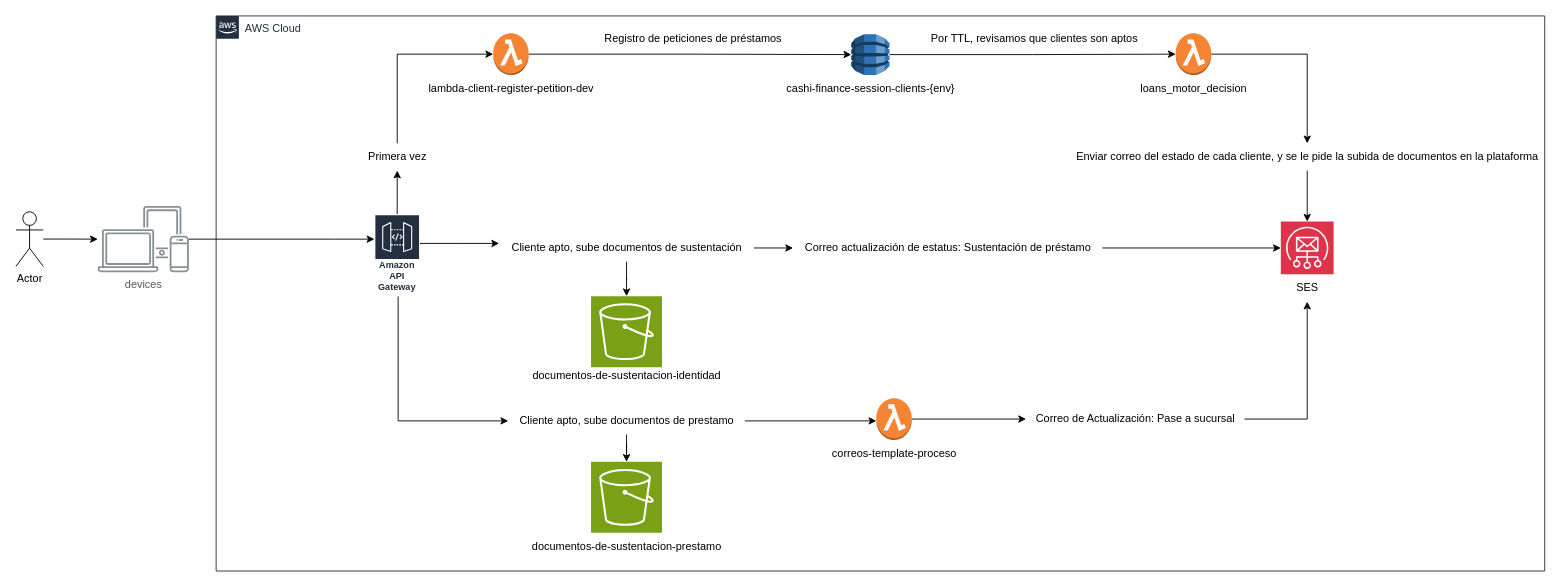
This is page "Diagrama de arquitectura" (2 of 2) of diagrams/flujodeapp.drawio from JMJHOX/CashiApp-Infra, a draw.io file, before an edit. Source tidied: cells renumbered, new cells numbered last; positions are measured from the earlier drawing's top-left corner, leaving out a move shared by most shapes. Both pictures are drawn from the tidied source at 91%, with x=0, y=0 at pixel (15, 15).
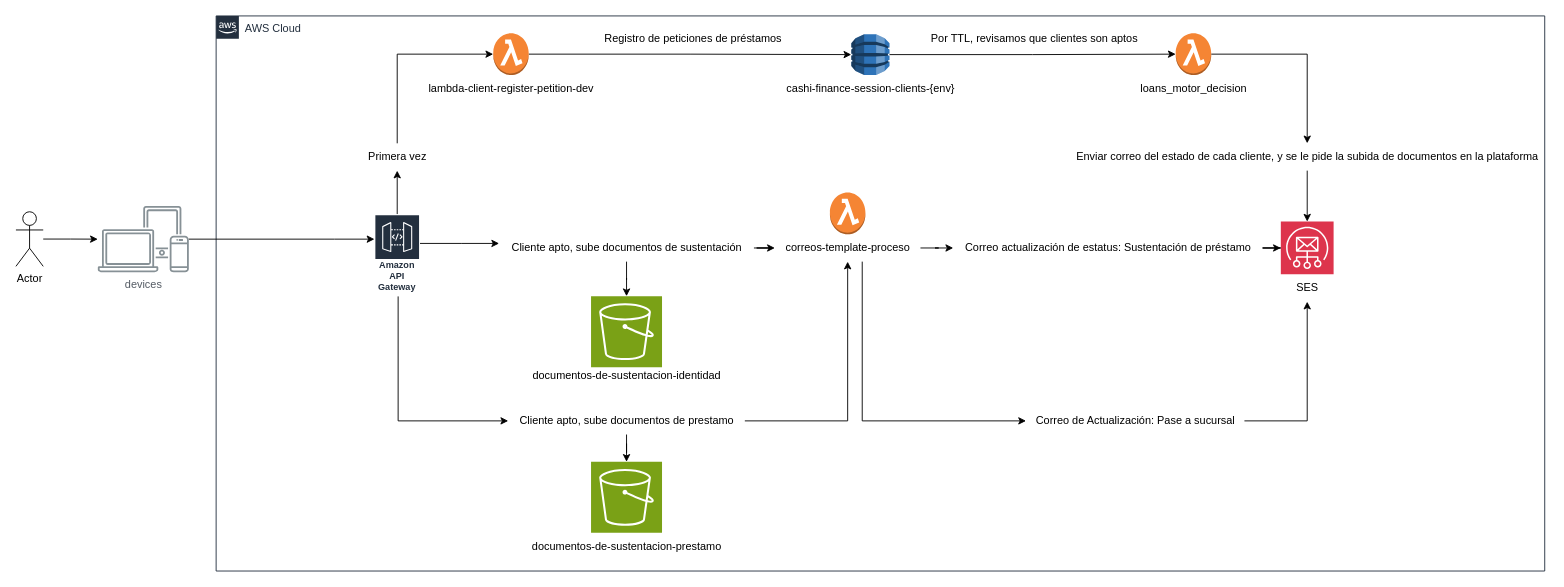
The same page after the edit.

The change refers to these unchanged cells:
```xml
<mxCell id="4" value="AWS Cloud" style="gradientColor=none;html=1;whiteSpace=wrap;fontSize=12;fontStyle=0;shape=mxgraph.aws4.group;grIcon=mxgraph.aws4.group_aws_cloud_alt;strokeColor=#232F3E;fillColor=none;verticalAlign=top;align=left;spacingLeft=30;fontColor=#232F3E;dashed=0;" parent="1" vertex="1">
  <mxGeometry x="220" width="1460" height="610" as="geometry" />
</mxCell>
<mxCell id="27" value="Cliente apto, sube documentos de sustentación" style="text;html=1;align=center;verticalAlign=middle;points=[];strokeColor=none;fillColor=none;" parent="4" vertex="1">
  <mxGeometry x="311" y="240" width="280" height="30" as="geometry" />
</mxCell>
<mxCell id="34" value="Cliente apto, sube documentos de prestamo" style="text;html=1;align=center;verticalAlign=middle;points=[];strokeColor=none;fillColor=none;" parent="4" vertex="1">
  <mxGeometry x="321" y="430" width="260" height="30" as="geometry" />
</mxCell>
```

Change to the diagram source:
```diff
@@
-    <mxCell id="26" style="edgeStyle=orthogonalEdgeStyle;rounded=0;jettySize=auto;html=1;" parent="4" edge="1" source="27" target="31">
-      <mxGeometry relative="1" as="geometry" />
-    </mxCell>
+    <mxCell id="45" style="edgeStyle=orthogonalEdgeStyle;rounded=0;jettySize=auto;html=1;" parent="4" edge="1" source="27" target="40">
+      <mxGeometry relative="1" as="geometry" />
+    </mxCell>
@@
     <mxCell id="31" value="Correo actualización de estatus: Sustentación de préstamo" style="text;html=1;align=center;verticalAlign=middle;points=[];strokeColor=none;fillColor=none;" parent="4" vertex="1">
-      <mxGeometry x="634" y="240" width="340" height="30" as="geometry" />
+      <mxGeometry x="810" y="240" width="340" height="30" as="geometry" />
     </mxCell>
@@
-    <mxCell id="33" style="edgeStyle=orthogonalEdgeStyle;rounded=0;jettySize=auto;html=1;" parent="4" edge="1" source="34" target="39">
-      <mxGeometry relative="1" as="geometry">
-        <Array as="points">
-          <mxPoint x="764" y="445" />
-          <mxPoint x="764" y="445" />
-        </Array>
-      </mxGeometry>
-    </mxCell>
+    <mxCell id="46" style="edgeStyle=orthogonalEdgeStyle;rounded=0;jettySize=auto;html=1;" parent="4" edge="1" source="34" target="40">
+      <mxGeometry relative="1" as="geometry" />
+    </mxCell>
@@
-    <mxCell id="38" style="edgeStyle=orthogonalEdgeStyle;rounded=0;jettySize=auto;html=1;" parent="4" edge="1" source="39" target="42">
-      <mxGeometry relative="1" as="geometry" />
-    </mxCell>
     <mxCell id="39" style="outlineConnect=0;dashed=0;verticalLabelPosition=bottom;verticalAlign=top;align=center;html=1;shape=mxgraph.aws3.lambda_function;fillColor=#F58534;gradientColor=none;" parent="4" vertex="1">
-      <mxGeometry x="725.5" y="420" width="39" height="46" as="geometry" />
+      <mxGeometry x="674.5" y="194" width="39" height="46" as="geometry" />
     </mxCell>
+    <mxCell id="47" style="edgeStyle=orthogonalEdgeStyle;rounded=0;jettySize=auto;html=1;" parent="4" edge="1" source="40" target="42">
+      <mxGeometry relative="1" as="geometry">
+        <Array as="points">
+          <mxPoint x="710" y="445" />
+        </Array>
+      </mxGeometry>
+    </mxCell>
+    <mxCell id="48" style="edgeStyle=orthogonalEdgeStyle;rounded=0;jettySize=auto;html=1;" parent="4" edge="1" source="40" target="31">
+      <mxGeometry relative="1" as="geometry" />
+    </mxCell>
     <mxCell id="40" value="correos-template-proceso" style="text;html=1;align=center;verticalAlign=middle;points=[];strokeColor=none;fillColor=none;" parent="4" vertex="1">
-      <mxGeometry x="665" y="466" width="160" height="30" as="geometry" />
+      <mxGeometry x="614" y="240" width="160" height="30" as="geometry" />
     </mxCell>
@@
     <mxCell id="42" value="Correo de Actualización: Pase a sucursal" style="text;html=1;align=center;verticalAlign=middle;points=[];strokeColor=none;fillColor=none;" parent="4" vertex="1">
-      <mxGeometry x="890" y="428" width="240" height="30" as="geometry" />
+      <mxGeometry x="890" y="430" width="240" height="30" as="geometry" />
     </mxCell>
```
